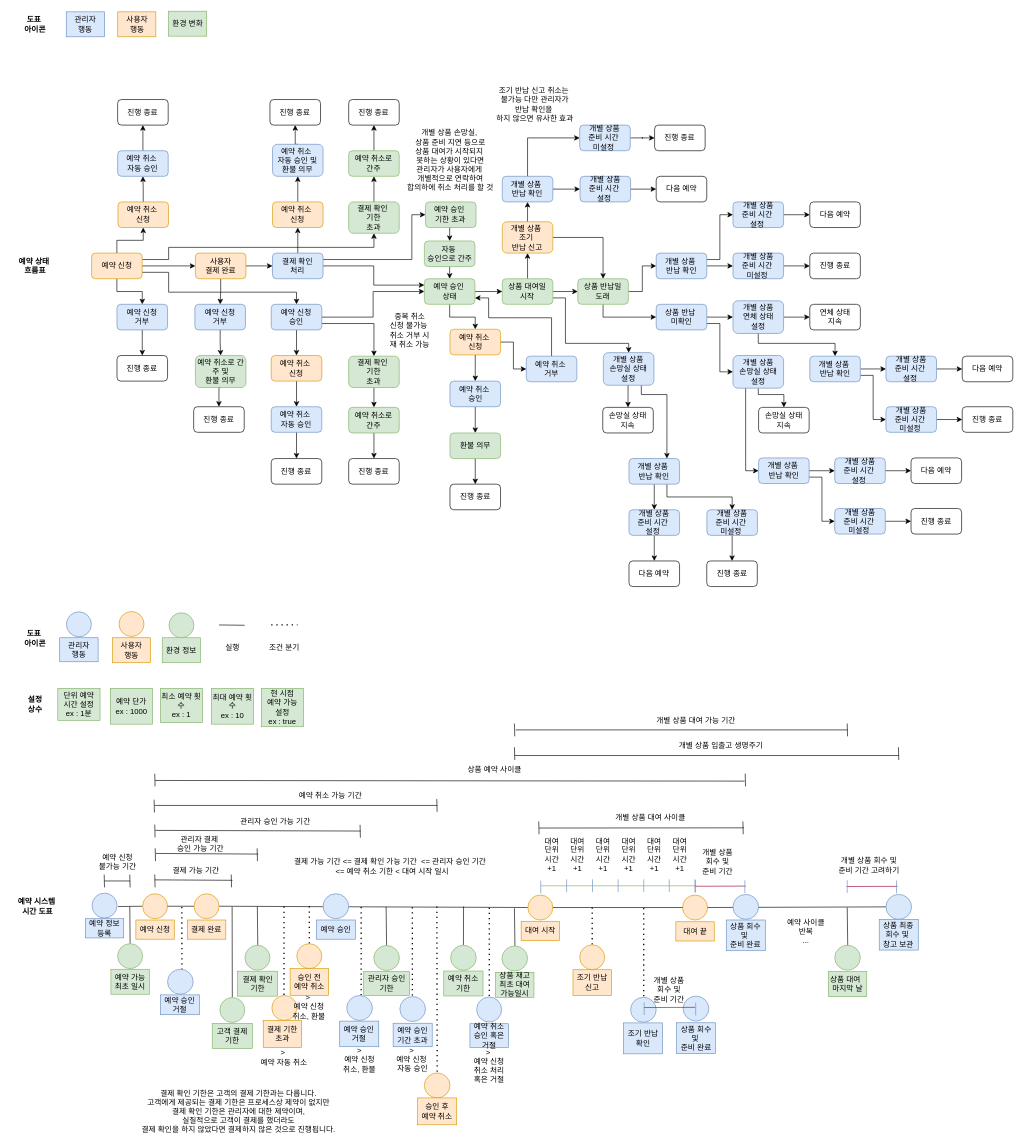
Above: module-service-rental-reservation/external_files/logic/Reservation.drawio in RaillyLinker/Kotlin_SpringbootMvc_Template (draw.io), before the change. Source tidied: cells renumbered, new cells numbered last; positions are measured from the earlier drawing's top-left corner, leaving out a move shared by most shapes. Both pictures are drawn from the tidied source at 64%, with x=0, y=0 at pixel (11, 11).
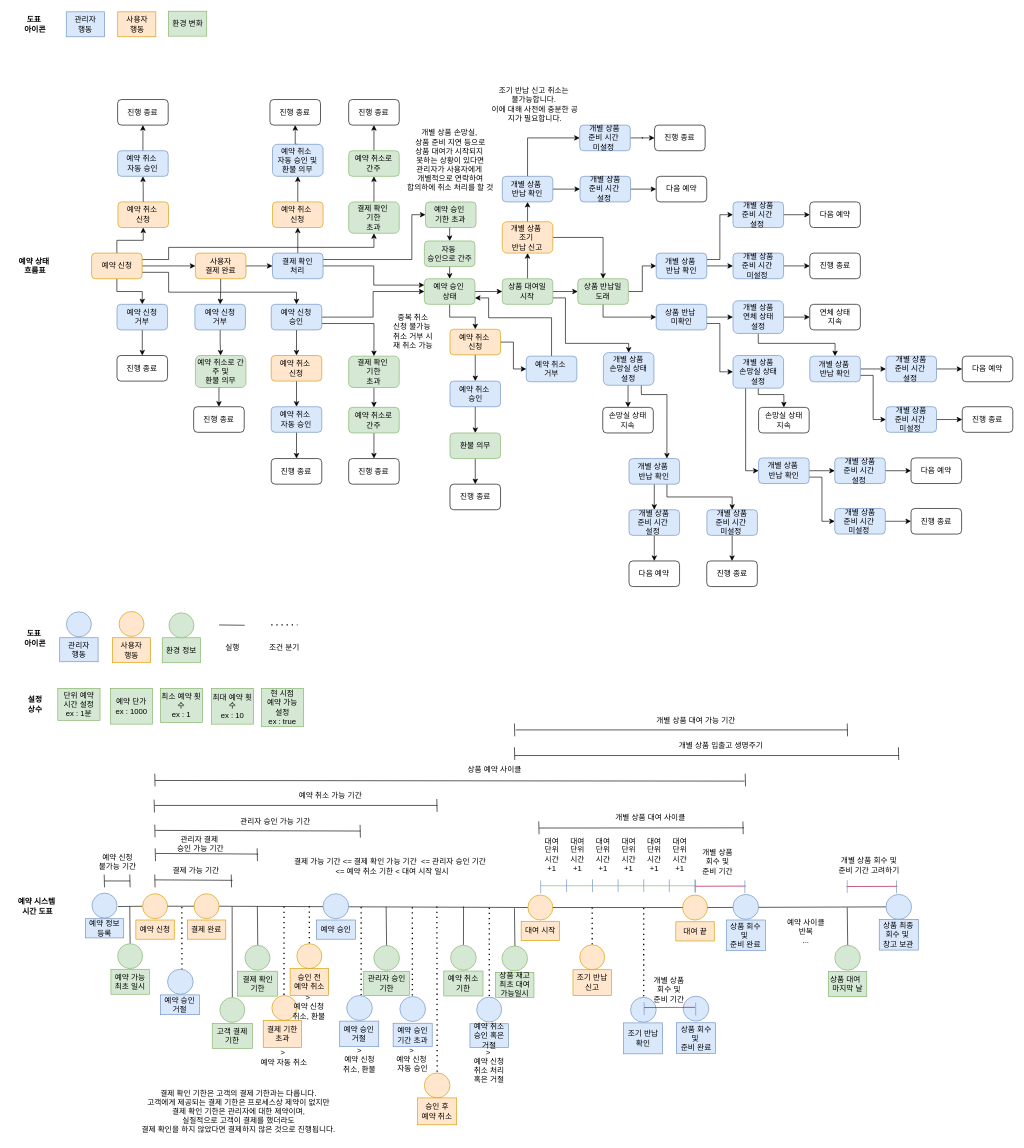
Above is the later version.

What changed in the source:
```diff
@@
     <mxCell id="140" value="중복 취소&lt;div&gt;신청 불가능&amp;nbsp;&lt;div&gt;취소 거부 시&lt;/div&gt;&lt;div&gt;재 취소 가능&lt;/div&gt;&lt;/div&gt;" style="text;html=1;align=center;verticalAlign=middle;whiteSpace=wrap;rounded=0;" parent="1" vertex="1">
-      <mxGeometry x="582.8" y="466" width="79.7" height="66.5" as="geometry" />
+      <mxGeometry x="587.5" y="467" width="79.7" height="66.5" as="geometry" />
     </mxCell>
-    <mxCell id="141" value="조기 반납 신고 취소는&amp;nbsp;&lt;div&gt;&lt;span style=&quot;background-color: initial;&quot;&gt;불가능&amp;nbsp;&lt;/span&gt;&lt;span style=&quot;background-color: transparent; color: light-dark(rgb(0, 0, 0), rgb(255, 255, 255));&quot;&gt;다만 관리자가&lt;/span&gt;&lt;/div&gt;&lt;div&gt;&lt;span style=&quot;background-color: initial; color: light-dark(rgb(0, 0, 0), rgb(255, 255, 255));&quot;&gt;반납 확인을&amp;nbsp;&lt;/span&gt;&lt;div&gt;&lt;div&gt;하지 않으면 유&lt;span style=&quot;background-color: initial;&quot;&gt;사한 효과&lt;/span&gt;&lt;/div&gt;&lt;/div&gt;&lt;/div&gt;" style="text;html=1;align=center;verticalAlign=middle;whiteSpace=wrap;rounded=0;" parent="1" vertex="1">
+    <mxCell id="141" value="조기 반납 신고 취소는&amp;nbsp;&lt;div&gt;&lt;span style=&quot;background-color: initial;&quot;&gt;불가능합니다.&amp;nbsp;&lt;/span&gt;&lt;/div&gt;&lt;div&gt;&lt;span style=&quot;background-color: initial;&quot;&gt;이에 대해 사전에 충분한 공지가 필요합니다.&lt;/span&gt;&lt;/div&gt;" style="text;html=1;align=center;verticalAlign=middle;whiteSpace=wrap;rounded=0;" parent="1" vertex="1">
       <mxGeometry x="747.9" y="113.9" width="140.9" height="64" as="geometry" />
     </mxCell>
```
